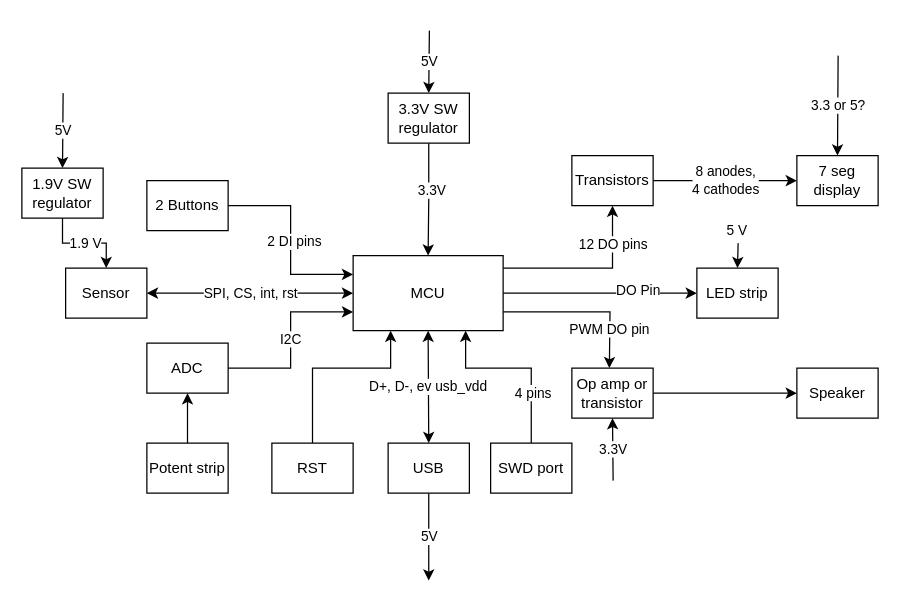
Froopas/E7020E_Project keeps this draw.io diagram as Documents/Components diagram.drawio. Above is the earlier version. Source tidied: cells renumbered, new cells numbered last; positions are measured from the earlier drawing's top-left corner, leaving out a move shared by most shapes. Both pictures are drawn from the tidied source at 125%, with x=0, y=0 at pixel (21, 30).
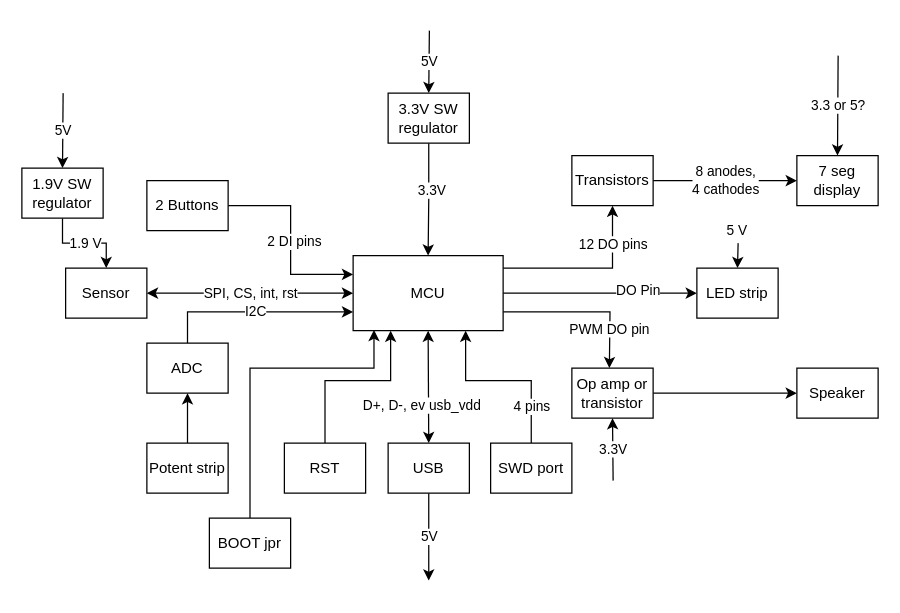
The same diagram, later.

The change refers to these unchanged cells:
```xml
<mxCell id="7" value="MCU" style="rounded=0;whiteSpace=wrap;html=1;" parent="1" vertex="1">
  <mxGeometry x="265" y="180" width="120" height="60" as="geometry" />
</mxCell>
<mxCell id="9" value="USB" style="rounded=0;whiteSpace=wrap;html=1;" parent="1" vertex="1">
  <mxGeometry x="293" y="330" width="65" height="40" as="geometry" />
</mxCell>
<mxCell id="23" value="ADC" style="rounded=0;whiteSpace=wrap;html=1;" parent="1" vertex="1">
  <mxGeometry x="100" y="250" width="65" height="40" as="geometry" />
</mxCell>
<mxCell id="41" value="SWD port" style="rounded=0;whiteSpace=wrap;html=1;" parent="1" vertex="1">
  <mxGeometry x="375" y="330" width="65" height="40" as="geometry" />
</mxCell>
```

What changed in the source:
```diff
@@
     <mxCell id="10" value="D+, D-, ev usb_vdd" style="endArrow=classic;startArrow=classic;html=1;entryX=0.5;entryY=1;entryDx=0;entryDy=0;exitX=0.5;exitY=0;exitDx=0;exitDy=0;" parent="1" edge="1" source="9" target="7">
-      <mxGeometry relative="1" as="geometry" />
+      <mxGeometry x="-0.33" y="5" relative="1" as="geometry" />
     </mxCell>
@@
     <mxCell id="22" value="I2C" style="edgeStyle=orthogonalEdgeStyle;rounded=0;jettySize=auto;html=1;entryX=0;entryY=0.75;entryDx=0;entryDy=0;" parent="1" edge="1" source="23" target="7">
-      <mxGeometry relative="1" as="geometry" />
+      <mxGeometry relative="1" as="geometry">
+        <Array as="points">
+          <mxPoint x="133" y="225" />
+        </Array>
+      </mxGeometry>
     </mxCell>
@@
     <mxCell id="37" style="edgeStyle=orthogonalEdgeStyle;rounded=0;jettySize=auto;html=1;entryX=0.25;entryY=1;entryDx=0;entryDy=0;startArrow=none;startFill=0;" parent="1" edge="1" source="38" target="7">
       <mxGeometry relative="1" as="geometry">
         <Array as="points">
-          <mxPoint x="233" y="270" />
-          <mxPoint x="295" y="270" />
+          <mxPoint x="243" y="280" />
+          <mxPoint x="295" y="280" />
         </Array>
       </mxGeometry>
     </mxCell>
     <mxCell id="38" value="RST" style="rounded=0;whiteSpace=wrap;html=1;" parent="1" vertex="1">
-      <mxGeometry x="200" y="330" width="65" height="40" as="geometry" />
+      <mxGeometry x="210" y="330" width="65" height="40" as="geometry" />
     </mxCell>
     <mxCell id="39" style="edgeStyle=orthogonalEdgeStyle;rounded=0;jettySize=auto;html=1;entryX=0.75;entryY=1;entryDx=0;entryDy=0;startArrow=none;startFill=0;" parent="1" edge="1" source="41" target="7">
       <mxGeometry relative="1" as="geometry">
         <Array as="points">
-          <mxPoint x="408" y="270" />
-          <mxPoint x="355" y="270" />
+          <mxPoint x="407" y="280" />
+          <mxPoint x="355" y="280" />
         </Array>
       </mxGeometry>
     </mxCell>
     <mxCell id="40" value="4 pins" style="edgeLabel;html=1;align=center;verticalAlign=middle;" parent="39" vertex="1">
-      <mxGeometry x="-0.42" y="-1" relative="1" as="geometry" />
+      <mxGeometry x="-0.42" y="-1" relative="1" as="geometry">
+        <mxPoint x="-1" y="11.4" as="offset" />
+      </mxGeometry>
     </mxCell>
@@
+    <mxCell id="42" style="edgeStyle=orthogonalEdgeStyle;rounded=0;jettySize=auto;html=1;entryX=0.139;entryY=0.99;entryDx=0;entryDy=0;entryPerimeter=0;startArrow=none;startFill=0;" parent="1" edge="1" source="43" target="7">
+      <mxGeometry relative="1" as="geometry">
+        <Array as="points">
+          <mxPoint x="183" y="270" />
+          <mxPoint x="282" y="270" />
+        </Array>
+      </mxGeometry>
+    </mxCell>
+    <mxCell id="43" value="BOOT jpr" style="rounded=0;whiteSpace=wrap;html=1;" parent="1" vertex="1">
+      <mxGeometry x="150" y="390" width="65" height="40" as="geometry" />
+    </mxCell>
```
